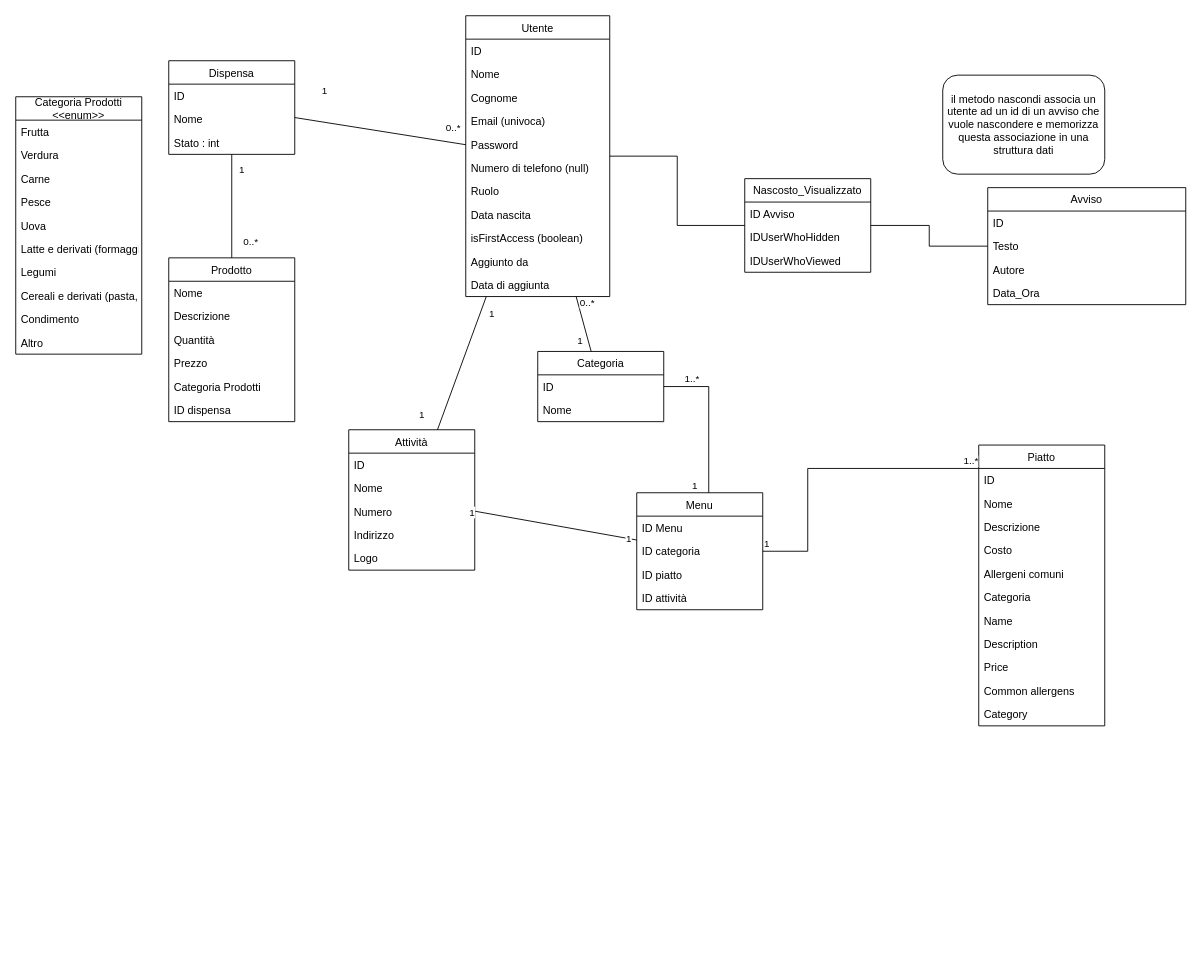
Before: class diagrams/Database.drawio in CristianCarrella/Ratatouille23, a draw.io diagram. Source tidied: cells renumbered, new cells numbered last; positions are measured from the earlier drawing's top-left corner, leaving out a move shared by most shapes. Both pictures are drawn from the tidied source at 90%, with x=0, y=0 at pixel (15, 15).
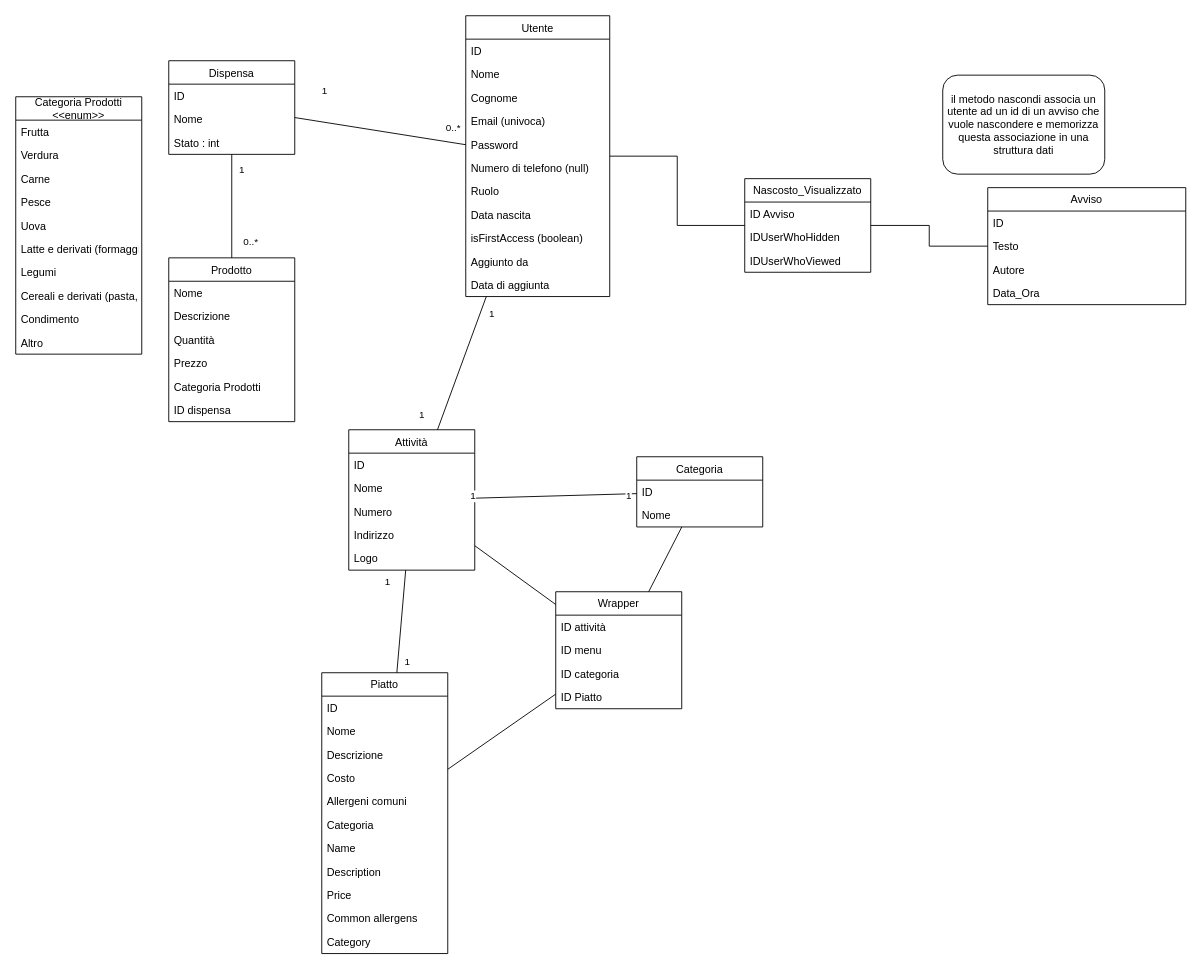
After the change.

Unchanged cells that the change refers to:
```xml
<mxCell id="2" value="Utente" style="swimlane;fontStyle=0;horizontal=1;startSize=26;fillColor=none;" parent="1" vertex="1">
  <mxGeometry x="500" width="160" height="312" as="geometry" />
</mxCell>
<mxCell id="34" value="Attività" style="swimlane;fontStyle=0;horizontal=1;startSize=26;fillColor=none;" parent="1" vertex="1">
  <mxGeometry x="370" y="460" width="140" height="156" as="geometry" />
</mxCell>
```

Diff of the diagram source:
```diff
@@
     <mxCell id="14" value="Piatto" style="swimlane;fontStyle=0;horizontal=1;startSize=26;fillColor=none;" parent="1" vertex="1">
-      <mxGeometry x="1070" y="477" width="140" height="312" as="geometry" />
+      <mxGeometry x="340" y="730" width="140" height="312" as="geometry" />
     </mxCell>
@@
-    <mxCell id="26" value="Categoria" style="swimlane;fontStyle=0;horizontal=1;startSize=26;fillColor=none;" parent="1" vertex="1">
-      <mxGeometry x="580" y="373" width="140" height="78" as="geometry" />
-    </mxCell>
-    <mxCell id="27" value="ID" style="text;strokeColor=none;fillColor=none;align=left;verticalAlign=top;spacingLeft=4;spacingRight=4;overflow=hidden;" parent="26" vertex="1">
-      <mxGeometry y="26" width="140" height="26" as="geometry" />
-    </mxCell>
-    <mxCell id="28" value="Nome" style="text;strokeColor=none;fillColor=none;align=left;verticalAlign=top;spacingLeft=4;spacingRight=4;overflow=hidden;" parent="26" vertex="1">
-      <mxGeometry y="52" width="140" height="26" as="geometry" />
-    </mxCell>
@@
-    <mxCell id="72" value="Menu" style="swimlane;fontStyle=0;horizontal=1;startSize=26;fillColor=none;" parent="1" vertex="1">
-      <mxGeometry x="690" y="530" width="140" height="130" as="geometry" />
-    </mxCell>
-    <mxCell id="73" value="ID Menu" style="text;strokeColor=none;fillColor=none;align=left;verticalAlign=top;spacingLeft=4;spacingRight=4;overflow=hidden;" parent="72" vertex="1">
-      <mxGeometry y="26" width="140" height="26" as="geometry" />
-    </mxCell>
-    <mxCell id="74" value="ID categoria" style="text;strokeColor=none;fillColor=none;align=left;verticalAlign=top;spacingLeft=4;spacingRight=4;overflow=hidden;" parent="72" vertex="1">
-      <mxGeometry y="52" width="140" height="26" as="geometry" />
-    </mxCell>
-    <mxCell id="75" value="ID piatto" style="text;strokeColor=none;fillColor=none;align=left;verticalAlign=top;spacingLeft=4;spacingRight=4;overflow=hidden;" parent="72" vertex="1">
-      <mxGeometry y="78" width="140" height="26" as="geometry" />
-    </mxCell>
-    <mxCell id="76" value="ID attività" style="text;strokeColor=none;fillColor=none;align=left;verticalAlign=top;spacingLeft=4;spacingRight=4;overflow=hidden;" parent="72" vertex="1">
-      <mxGeometry y="104" width="140" height="26" as="geometry" />
-    </mxCell>
-    <mxCell id="77" style="endArrow=none;html=1;rounded=0;" parent="1" edge="1" source="2" target="26">
-      <mxGeometry relative="1" as="geometry" />
-    </mxCell>
-    <mxCell id="78" value="1" style="edgeLabel;html=1;align=center;verticalAlign=middle;" parent="77" vertex="1">
-      <mxGeometry x="0.6" relative="1" as="geometry">
-        <mxPoint x="-10" y="-1" as="offset" />
-      </mxGeometry>
-    </mxCell>
-    <mxCell id="79" value="0..*" style="edgeLabel;html=1;align=center;verticalAlign=middle;" parent="77" vertex="1">
-      <mxGeometry x="-0.79" relative="1" as="geometry">
-        <mxPoint x="10" as="offset" />
-      </mxGeometry>
-    </mxCell>
-    <mxCell id="80" style="endArrow=none;html=1;edgeStyle=orthogonalEdgeStyle;rounded=0;" parent="1" edge="1" source="72" target="26">
-      <mxGeometry relative="1" as="geometry">
-        <Array as="points">
-          <mxPoint x="770" y="412" />
-        </Array>
-      </mxGeometry>
-    </mxCell>
-    <mxCell id="81" value="1" style="edgeLabel;html=1;align=left;verticalAlign=bottom;" parent="80" vertex="1">
-      <mxGeometry x="-1" relative="1" as="geometry">
-        <mxPoint x="-20" as="offset" />
-      </mxGeometry>
-    </mxCell>
-    <mxCell id="82" value="1..*" style="edgeLabel;html=1;align=right;verticalAlign=bottom;" parent="80" vertex="1">
-      <mxGeometry x="1" relative="1" as="geometry">
-        <mxPoint x="40" as="offset" />
-      </mxGeometry>
-    </mxCell>
-    <mxCell id="83" style="endArrow=none;html=1;edgeStyle=orthogonalEdgeStyle;rounded=0;" parent="1" edge="1" source="72" target="14">
-      <mxGeometry relative="1" as="geometry">
-        <Array as="points">
-          <mxPoint x="880" y="503" />
-        </Array>
-      </mxGeometry>
-    </mxCell>
-    <mxCell id="84" value="1" style="edgeLabel;html=1;align=left;verticalAlign=bottom;" parent="83" vertex="1">
-      <mxGeometry x="-1" relative="1" as="geometry" />
-    </mxCell>
-    <mxCell id="85" value="1..*" style="edgeLabel;html=1;align=right;verticalAlign=bottom;" parent="83" vertex="1">
-      <mxGeometry x="1" relative="1" as="geometry" />
-    </mxCell>
@@
-    <mxCell id="92" style="endArrow=none;html=1;rounded=0;" parent="1" edge="1" source="72" target="34">
-      <mxGeometry relative="1" as="geometry" />
-    </mxCell>
-    <mxCell id="93" value="1" style="edgeLabel;html=1;align=center;verticalAlign=middle;" parent="92" vertex="1">
-      <mxGeometry x="-0.77" y="1" relative="1" as="geometry">
-        <mxPoint x="11" y="1" as="offset" />
-      </mxGeometry>
-    </mxCell>
-    <mxCell id="94" value="1" style="edgeLabel;html=1;align=center;verticalAlign=middle;" parent="92" vertex="1">
-      <mxGeometry x="0.79" y="-2" relative="1" as="geometry">
-        <mxPoint x="-22" as="offset" />
-      </mxGeometry>
-    </mxCell>
+    <mxCell id="95" value="Wrapper" style="swimlane;fontStyle=0;horizontal=1;startSize=26;fillColor=none;" parent="1" vertex="1">
+      <mxGeometry x="600" y="640" width="140" height="130" as="geometry" />
+    </mxCell>
+    <mxCell id="76" value="ID attività" style="text;strokeColor=none;fillColor=none;align=left;verticalAlign=top;spacingLeft=4;spacingRight=4;overflow=hidden;" parent="95" vertex="1">
+      <mxGeometry y="26" width="140" height="26" as="geometry" />
+    </mxCell>
+    <mxCell id="96" value="ID menu" style="text;strokeColor=none;fillColor=none;align=left;verticalAlign=top;spacingLeft=4;spacingRight=4;overflow=hidden;" parent="95" vertex="1">
+      <mxGeometry y="52" width="140" height="26" as="geometry" />
+    </mxCell>
+    <mxCell id="74" value="ID categoria" style="text;strokeColor=none;fillColor=none;align=left;verticalAlign=top;spacingLeft=4;spacingRight=4;overflow=hidden;" parent="95" vertex="1">
+      <mxGeometry y="78" width="140" height="26" as="geometry" />
+    </mxCell>
+    <mxCell id="97" value="ID Piatto" style="text;strokeColor=none;fillColor=none;align=left;verticalAlign=top;spacingLeft=4;spacingRight=4;overflow=hidden;" parent="95" vertex="1">
+      <mxGeometry y="104" width="140" height="26" as="geometry" />
+    </mxCell>
+    <mxCell id="26" value="Categoria" style="swimlane;fontStyle=0;horizontal=1;startSize=26;fillColor=none;" parent="1" vertex="1">
+      <mxGeometry x="690" y="490" width="140" height="78" as="geometry" />
+    </mxCell>
+    <mxCell id="27" value="ID" style="text;strokeColor=none;fillColor=none;align=left;verticalAlign=top;spacingLeft=4;spacingRight=4;overflow=hidden;" parent="26" vertex="1">
+      <mxGeometry y="26" width="140" height="26" as="geometry" />
+    </mxCell>
+    <mxCell id="28" value="Nome" style="text;strokeColor=none;fillColor=none;align=left;verticalAlign=top;spacingLeft=4;spacingRight=4;overflow=hidden;" parent="26" vertex="1">
+      <mxGeometry y="52" width="140" height="26" as="geometry" />
+    </mxCell>
+    <mxCell id="98" style="endArrow=none;html=1;rounded=0;" parent="1" edge="1" source="26" target="34">
+      <mxGeometry relative="1" as="geometry" />
+    </mxCell>
+    <mxCell id="99" value="1" style="edgeLabel;html=1;align=center;verticalAlign=middle;" parent="98" vertex="1">
+      <mxGeometry x="-0.77" y="1" relative="1" as="geometry">
+        <mxPoint x="11" y="1" as="offset" />
+      </mxGeometry>
+    </mxCell>
+    <mxCell id="100" value="1" style="edgeLabel;html=1;align=center;verticalAlign=middle;" parent="98" vertex="1">
+      <mxGeometry x="0.79" y="-2" relative="1" as="geometry">
+        <mxPoint x="-22" as="offset" />
+      </mxGeometry>
+    </mxCell>
+    <mxCell id="101" style="endArrow=none;html=1;rounded=0;" parent="1" edge="1" source="14" target="34">
+      <mxGeometry relative="1" as="geometry" />
+    </mxCell>
+    <mxCell id="102" value="1" style="edgeLabel;html=1;align=center;verticalAlign=middle;" parent="101" vertex="1">
+      <mxGeometry x="-0.77" y="1" relative="1" as="geometry">
+        <mxPoint x="11" y="1" as="offset" />
+      </mxGeometry>
+    </mxCell>
+    <mxCell id="103" value="1" style="edgeLabel;html=1;align=center;verticalAlign=middle;" parent="101" vertex="1">
+      <mxGeometry x="0.79" y="-2" relative="1" as="geometry">
+        <mxPoint x="-22" as="offset" />
+      </mxGeometry>
+    </mxCell>
+    <mxCell id="104" style="endArrow=none;html=1;rounded=0;" parent="1" edge="1" source="95" target="34">
+      <mxGeometry relative="1" as="geometry" />
+    </mxCell>
+    <mxCell id="105" style="endArrow=none;html=1;rounded=0;" parent="1" edge="1" source="95" target="14">
+      <mxGeometry relative="1" as="geometry" />
+    </mxCell>
+    <mxCell id="106" style="endArrow=none;html=1;rounded=0;" parent="1" edge="1" source="26" target="95">
+      <mxGeometry relative="1" as="geometry" />
+    </mxCell>
```
